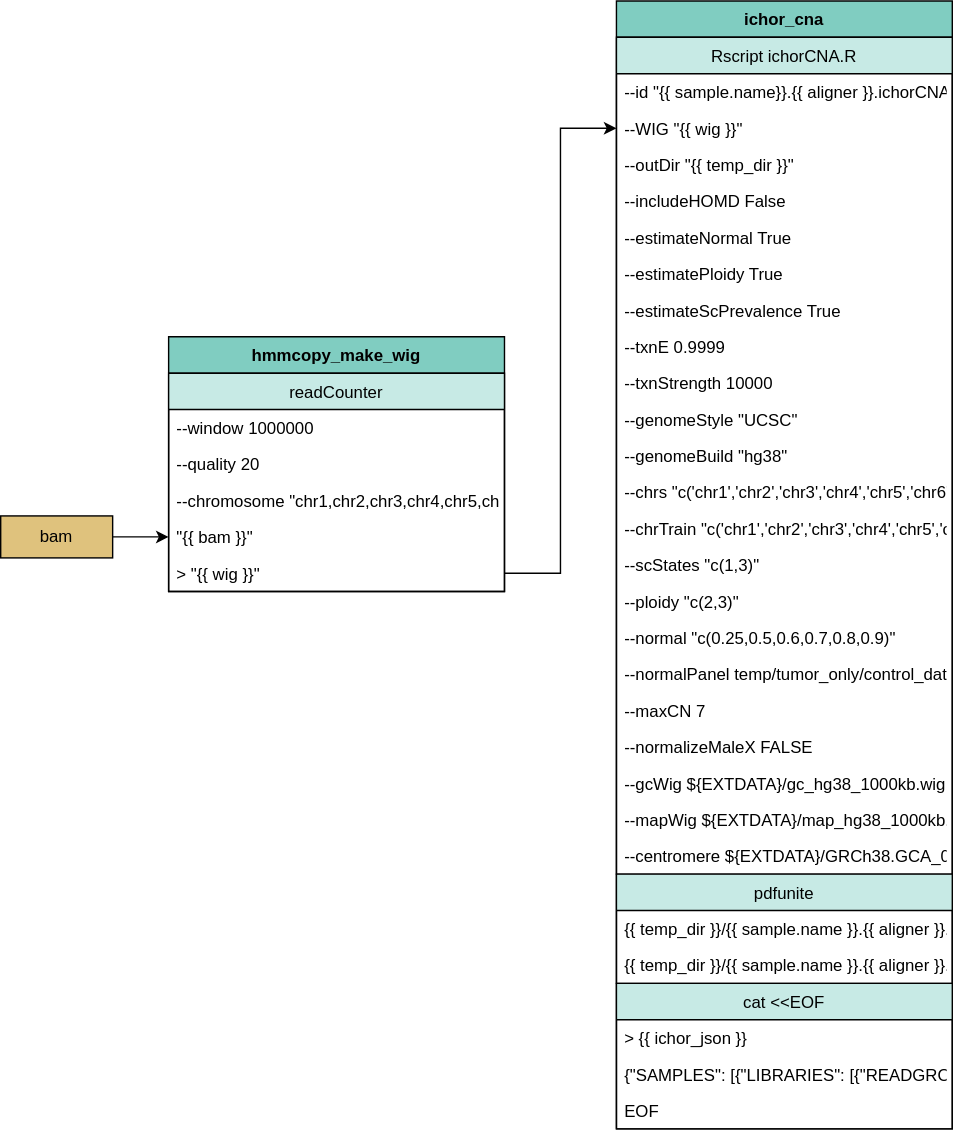
Earlier version of the draw.io export docs/source/phoenix/workflows/embed/Constitutional_ichorcna.svg (bryce-turner/tgen-jetstream-docs). Source tidied: cells renumbered, new cells last; positions are measured from the earlier drawing's top-left corner, leaving out a move shared by most shapes.
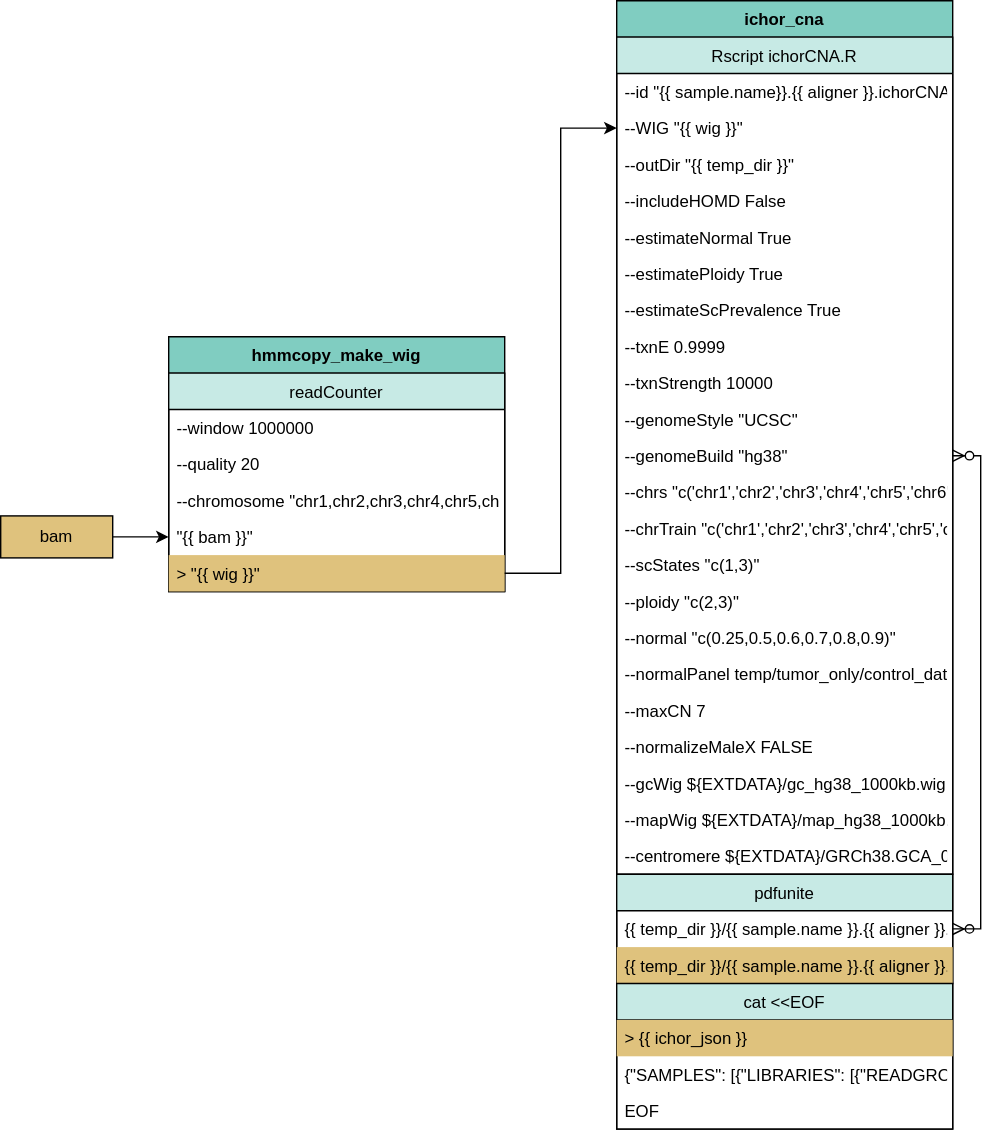
Above is the later version.

Change to the diagram source:
```diff
@@ -26,7 +26,7 @@
     <mxCell id="9" value="&quot;{{ bam }}&quot;" style="text;strokeColor=none;fillColor=none;align=left;verticalAlign=top;spacingLeft=4;spacingRight=4;overflow=hidden;points=[[0,0.5],[1,0.5]];portConstraint=eastwest;" parent="5" vertex="1">
       <mxGeometry y="104" width="240" height="26" as="geometry" />
     </mxCell>
-    <mxCell id="10" value="&gt; &quot;{{ wig }}&quot;" style="text;strokeColor=none;fillColor=none;align=left;verticalAlign=top;spacingLeft=4;spacingRight=4;overflow=hidden;points=[[0,0.5],[1,0.5]];portConstraint=eastwest;" parent="5" vertex="1">
+    <mxCell id="10" value="&gt; &quot;{{ wig }}&quot;" style="text;strokeColor=none;fillColor=#dfc27d;align=left;verticalAlign=top;spacingLeft=4;spacingRight=4;overflow=hidden;points=[[0,0.5],[1,0.5]];portConstraint=eastwest;" parent="5" vertex="1">
       <mxGeometry y="130" width="240" height="26" as="geometry" />
     </mxCell>
     <mxCell id="11" value="ichor_cna" style="swimlane;fontStyle=1;horizontal=1;startSize=26;fillColor=#80cdc1;direction=east;" parent="1" vertex="1">
@@ -107,13 +107,13 @@
     <mxCell id="36" value="{{ temp_dir }}/{{ sample.name }}.{{ aligner }}.ichorCNA/{{ sample.name }}.{{ aligner }}.ichorCNA_CNA_chr{{ contig.contig }}.pdf" style="text;strokeColor=none;fillColor=none;align=left;verticalAlign=top;spacingLeft=4;spacingRight=4;overflow=hidden;points=[[0,0.5],[1,0.5]];portConstraint=eastwest;" parent="35" vertex="1">
       <mxGeometry y="26" width="240" height="26" as="geometry" />
     </mxCell>
-    <mxCell id="37" value="{{ temp_dir }}/{{ sample.name }}.{{ aligner }}.ichorCNA/{{ sample.name }}.{{ aligner }}.ichorCNA_CNA_all_chrs.pdf" style="text;strokeColor=none;fillColor=none;align=left;verticalAlign=top;spacingLeft=4;spacingRight=4;overflow=hidden;" parent="35" vertex="1">
+    <mxCell id="37" value="{{ temp_dir }}/{{ sample.name }}.{{ aligner }}.ichorCNA/{{ sample.name }}.{{ aligner }}.ichorCNA_CNA_all_chrs.pdf" style="text;strokeColor=none;fillColor=#dfc27d;align=left;verticalAlign=top;spacingLeft=4;spacingRight=4;overflow=hidden;" parent="35" vertex="1">
       <mxGeometry y="52" width="240" height="26" as="geometry" />
     </mxCell>
     <mxCell id="38" value="cat &lt;&lt;EOF" style="swimlane;fontStyle=0;horizontal=1;startSize=26;fillColor=#c7eae5;" parent="11" vertex="1">
       <mxGeometry y="702" width="240" height="104" as="geometry" />
     </mxCell>
-    <mxCell id="39" value="&gt; {{ ichor_json }}" style="text;strokeColor=none;fillColor=none;align=left;verticalAlign=top;spacingLeft=4;spacingRight=4;overflow=hidden;" parent="38" vertex="1">
+    <mxCell id="39" value="&gt; {{ ichor_json }}" style="text;strokeColor=none;fillColor=#dfc27d;align=left;verticalAlign=top;spacingLeft=4;spacingRight=4;overflow=hidden;" parent="38" vertex="1">
       <mxGeometry y="26" width="240" height="26" as="geometry" />
     </mxCell>
     <mxCell id="40" value="{&quot;SAMPLES&quot;: [{&quot;LIBRARIES&quot;: [{&quot;READGROUPS&quot;: [{}], &quot;tumorFraction&quot;: &quot;${tumor_frac}&quot;, &quot;ploidy&quot;: &quot;${ploidy}&quot;, &quot;LB&quot;: &quot;{{ sample.rglb }}&quot; }], &quot;SM&quot;: &quot;{{ sample.name }}&quot;}]}" style="text;strokeColor=none;fillColor=none;align=left;verticalAlign=top;spacingLeft=4;spacingRight=4;overflow=hidden;" parent="38" vertex="1">
@@ -122,6 +122,9 @@
     <mxCell id="41" value="EOF" style="text;strokeColor=none;fillColor=none;align=left;verticalAlign=top;spacingLeft=4;spacingRight=4;overflow=hidden;" parent="38" vertex="1">
       <mxGeometry y="78" width="240" height="26" as="geometry" />
     </mxCell>
+    <mxCell id="43" style="edgeStyle=orthogonalEdgeStyle;rounded=0;jettySize=auto;html=1;exitX=1;exitY=0.5;exitDx=0;exitDy=0;entryX=1;entryY=0.5;entryDx=0;entryDy=0;startArrow=ERzeroToMany;startFill=1;endArrow=ERzeroToMany;endFill=0;" parent="11" edge="1" source="23" target="36">
+      <mxGeometry relative="1" as="geometry" />
+    </mxCell>
     <mxCell id="42" style="edgeStyle=orthogonalEdgeStyle;rounded=0;jettySize=auto;html=1;exitX=1;exitY=0.5;exitDx=0;exitDy=0;entryX=0;entryY=0.5;entryDx=0;entryDy=0;" parent="1" edge="1" source="10" target="14">
       <mxGeometry relative="1" as="geometry" />
     </mxCell>
```
